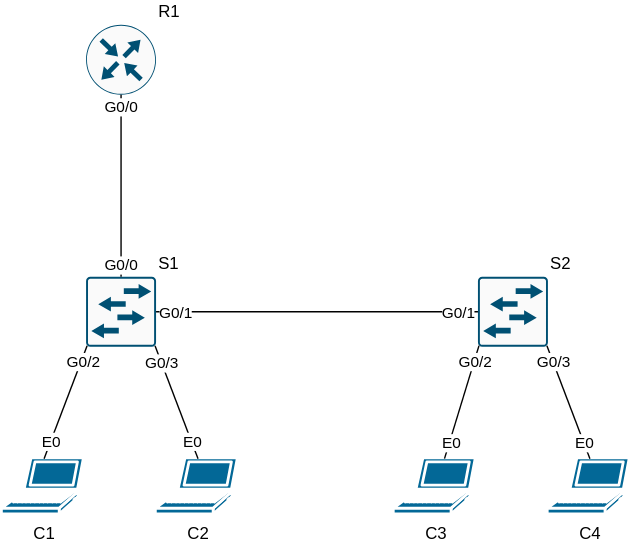
This is modules/layer-2/vlan/roas/topology/diagram.svg from ackindelt-cyber/ackindelt-networking-cml, a draw.io export, as it was before one commit. Source tidied: cells renumbered, new cells last; positions are measured from the earlier drawing's top-left corner, leaving out a move shared by most shapes. The source it was exported from:
```xml
<mxGraphModel>
  <root>
    <mxCell id="0" />
    <mxCell id="1" parent="0" />
    <mxCell id="2" value="S1" style="sketch=0;points=[[0.015,0.015,0],[0.985,0.015,0],[0.985,0.985,0],[0.015,0.985,0],[0.25,0,0],[0.5,0,0],[0.75,0,0],[1,0.25,0],[1,0.5,0],[1,0.75,0],[0.75,1,0],[0.5,1,0],[0.25,1,0],[0,0.75,0],[0,0.5,0],[0,0.25,0]];verticalLabelPosition=top;html=1;verticalAlign=bottom;align=left;shape=mxgraph.cisco19.rect;prIcon=l2_switch;fillColor=#FAFAFA;strokeColor=#005073;labelPosition=right;" parent="1" vertex="1">
      <mxGeometry x="60" y="180" width="50" height="50" as="geometry" />
    </mxCell>
    <mxCell id="3" value="S2" style="sketch=0;points=[[0.015,0.015,0],[0.985,0.015,0],[0.985,0.985,0],[0.015,0.985,0],[0.25,0,0],[0.5,0,0],[0.75,0,0],[1,0.25,0],[1,0.5,0],[1,0.75,0],[0.75,1,0],[0.5,1,0],[0.25,1,0],[0,0.75,0],[0,0.5,0],[0,0.25,0]];verticalLabelPosition=top;html=1;verticalAlign=bottom;align=left;shape=mxgraph.cisco19.rect;prIcon=l2_switch;fillColor=#FAFAFA;strokeColor=#005073;labelPosition=right;" parent="1" vertex="1">
      <mxGeometry x="340" y="180" width="50" height="50" as="geometry" />
    </mxCell>
    <mxCell id="4" value="R1" style="sketch=0;points=[[0.5,0,0],[1,0.5,0],[0.5,1,0],[0,0.5,0],[0.145,0.145,0],[0.8555,0.145,0],[0.855,0.8555,0],[0.145,0.855,0]];verticalLabelPosition=top;html=1;verticalAlign=bottom;align=left;shape=mxgraph.cisco19.rect;prIcon=router;fillColor=#FAFAFA;strokeColor=#005073;labelPosition=right;" parent="1" vertex="1">
      <mxGeometry x="60" width="50" height="50" as="geometry" />
    </mxCell>
    <mxCell id="5" value="C1" style="sketch=0;html=1;dashed=0;fillColor=#036897;strokeColor=#ffffff;strokeWidth=2;verticalLabelPosition=bottom;verticalAlign=top;align=center;outlineConnect=0;shape=mxgraph.cisco.computers_and_peripherals.laptop;" parent="1" vertex="1">
      <mxGeometry y="310" width="60" height="40" as="geometry" />
    </mxCell>
    <mxCell id="6" style="edgeStyle=orthogonalEdgeStyle;rounded=0;jettySize=auto;html=1;exitX=1;exitY=0.5;exitDx=0;exitDy=0;exitPerimeter=0;entryX=0;entryY=0.5;entryDx=0;entryDy=0;entryPerimeter=0;endArrow=none;endFill=0;" parent="1" edge="1" source="2" target="3">
      <mxGeometry relative="1" as="geometry" />
    </mxCell>
    <mxCell id="7" value="G0/1" style="edgeLabel;html=1;align=center;verticalAlign=middle;" parent="6" vertex="1">
      <mxGeometry x="-0.89" y="-1" relative="1" as="geometry" />
    </mxCell>
    <mxCell id="8" value="G0/1" style="edgeLabel;html=1;align=center;verticalAlign=middle;" parent="6" vertex="1">
      <mxGeometry x="0.92" y="1" relative="1" as="geometry">
        <mxPoint x="-5" y="2" as="offset" />
      </mxGeometry>
    </mxCell>
    <mxCell id="9" style="rounded=0;jettySize=auto;html=1;exitX=0.5;exitY=0;exitDx=0;exitDy=0;exitPerimeter=0;entryX=0.5;entryY=1;entryDx=0;entryDy=0;entryPerimeter=0;endArrow=none;endFill=0;" parent="1" edge="1" source="2" target="4">
      <mxGeometry relative="1" as="geometry" />
    </mxCell>
    <mxCell id="10" value="G0/0" style="edgeLabel;html=1;align=center;verticalAlign=middle;labelPosition=center;verticalLabelPosition=middle;" parent="9" vertex="1">
      <mxGeometry x="0.87" relative="1" as="geometry" />
    </mxCell>
    <mxCell id="11" value="G0/0" style="edgeLabel;html=1;align=center;verticalAlign=middle;" parent="9" vertex="1">
      <mxGeometry x="-0.86" relative="1" as="geometry" />
    </mxCell>
    <mxCell id="12" value="C2" style="sketch=0;html=1;dashed=0;fillColor=#036897;strokeColor=#ffffff;strokeWidth=2;verticalLabelPosition=bottom;verticalAlign=top;align=center;outlineConnect=0;shape=mxgraph.cisco.computers_and_peripherals.laptop;" parent="1" vertex="1">
      <mxGeometry x="110" y="310" width="60" height="40" as="geometry" />
    </mxCell>
    <mxCell id="13" value="C3" style="sketch=0;html=1;dashed=0;fillColor=#036897;strokeColor=#ffffff;strokeWidth=2;verticalLabelPosition=bottom;verticalAlign=top;align=center;outlineConnect=0;shape=mxgraph.cisco.computers_and_peripherals.laptop;" parent="1" vertex="1">
      <mxGeometry x="280" y="310" width="60" height="40" as="geometry" />
    </mxCell>
    <mxCell id="14" value="C4" style="sketch=0;html=1;dashed=0;fillColor=#036897;strokeColor=#ffffff;strokeWidth=2;verticalLabelPosition=bottom;verticalAlign=top;align=center;outlineConnect=0;shape=mxgraph.cisco.computers_and_peripherals.laptop;" parent="1" vertex="1">
      <mxGeometry x="390" y="310" width="60" height="40" as="geometry" />
    </mxCell>
    <mxCell id="15" style="rounded=0;jettySize=auto;html=1;entryX=0.015;entryY=0.985;entryDx=0;entryDy=0;entryPerimeter=0;endArrow=none;endFill=0;" parent="1" edge="1" source="13" target="3">
      <mxGeometry relative="1" as="geometry" />
    </mxCell>
    <mxCell id="16" value="E0" style="edgeLabel;html=1;align=center;verticalAlign=middle;" parent="15" vertex="1">
      <mxGeometry x="-0.7" y="-1" relative="1" as="geometry" />
    </mxCell>
    <mxCell id="17" value="G0/2" style="edgeLabel;html=1;align=center;verticalAlign=middle;" parent="15" vertex="1">
      <mxGeometry x="0.71" relative="1" as="geometry" />
    </mxCell>
    <mxCell id="18" style="rounded=0;jettySize=auto;html=1;exitX=0.5;exitY=0;exitDx=0;exitDy=0;exitPerimeter=0;entryX=0.985;entryY=0.985;entryDx=0;entryDy=0;entryPerimeter=0;endArrow=none;endFill=0;" parent="1" edge="1" source="14" target="3">
      <mxGeometry relative="1" as="geometry" />
    </mxCell>
    <mxCell id="19" value="E0" style="edgeLabel;html=1;align=center;verticalAlign=middle;" parent="18" vertex="1">
      <mxGeometry x="-0.71" relative="1" as="geometry" />
    </mxCell>
    <mxCell id="20" value="G0/3" style="edgeLabel;html=1;align=center;verticalAlign=middle;" parent="18" vertex="1">
      <mxGeometry x="0.71" y="1" relative="1" as="geometry">
        <mxPoint x="1" as="offset" />
      </mxGeometry>
    </mxCell>
    <mxCell id="21" style="rounded=0;jettySize=auto;html=1;exitX=0.5;exitY=0;exitDx=0;exitDy=0;exitPerimeter=0;entryX=0.985;entryY=0.985;entryDx=0;entryDy=0;entryPerimeter=0;endArrow=none;endFill=0;" parent="1" edge="1" source="12" target="2">
      <mxGeometry relative="1" as="geometry" />
    </mxCell>
    <mxCell id="22" value="E0" style="edgeLabel;html=1;align=center;verticalAlign=middle;" parent="21" vertex="1">
      <mxGeometry x="-0.69" y="-1" relative="1" as="geometry">
        <mxPoint x="-1" as="offset" />
      </mxGeometry>
    </mxCell>
    <mxCell id="23" value="G0/3" style="edgeLabel;html=1;align=center;verticalAlign=middle;" parent="21" vertex="1">
      <mxGeometry x="0.71" relative="1" as="geometry" />
    </mxCell>
    <mxCell id="24" style="rounded=0;jettySize=auto;html=1;exitX=0.5;exitY=0;exitDx=0;exitDy=0;exitPerimeter=0;entryX=0.015;entryY=0.985;entryDx=0;entryDy=0;entryPerimeter=0;endArrow=none;endFill=0;" parent="1" edge="1" source="5" target="2">
      <mxGeometry relative="1" as="geometry" />
    </mxCell>
    <mxCell id="25" value="E0" style="edgeLabel;html=1;align=center;verticalAlign=middle;" parent="24" vertex="1">
      <mxGeometry x="-0.68" relative="1" as="geometry" />
    </mxCell>
    <mxCell id="26" value="G0/2" style="edgeLabel;html=1;align=center;verticalAlign=middle;" parent="24" vertex="1">
      <mxGeometry x="0.74" y="-1" relative="1" as="geometry" />
    </mxCell>
  </root>
</mxGraphModel>
```
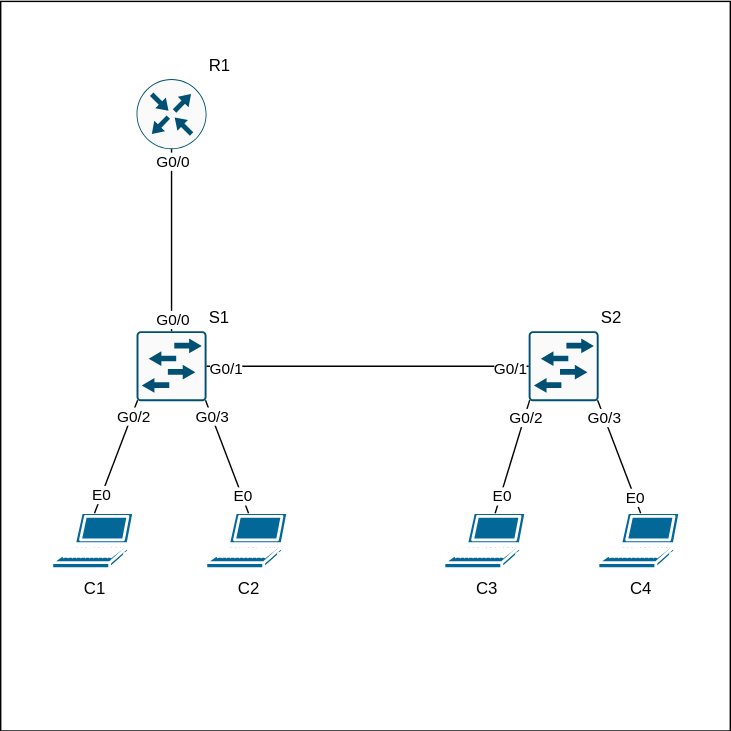
Later version of the same file.

Diff of the diagram source:
```diff
@@ -2,6 +2,9 @@
   <root>
     <mxCell id="0" />
     <mxCell id="1" parent="0" />
+    <mxCell id="27" style="whiteSpace=wrap;html=1;" parent="1" vertex="1">
+      <mxGeometry x="-37" y="-55.5" width="521" height="521" as="geometry" />
+    </mxCell>
     <mxCell id="2" value="S1" style="sketch=0;points=[[0.015,0.015,0],[0.985,0.015,0],[0.985,0.985,0],[0.015,0.985,0],[0.25,0,0],[0.5,0,0],[0.75,0,0],[1,0.25,0],[1,0.5,0],[1,0.75,0],[0.75,1,0],[0.5,1,0],[0.25,1,0],[0,0.75,0],[0,0.5,0],[0,0.25,0]];verticalLabelPosition=top;html=1;verticalAlign=bottom;align=left;shape=mxgraph.cisco19.rect;prIcon=l2_switch;fillColor=#FAFAFA;strokeColor=#005073;labelPosition=right;" parent="1" vertex="1">
       <mxGeometry x="60" y="180" width="50" height="50" as="geometry" />
     </mxCell>
```
